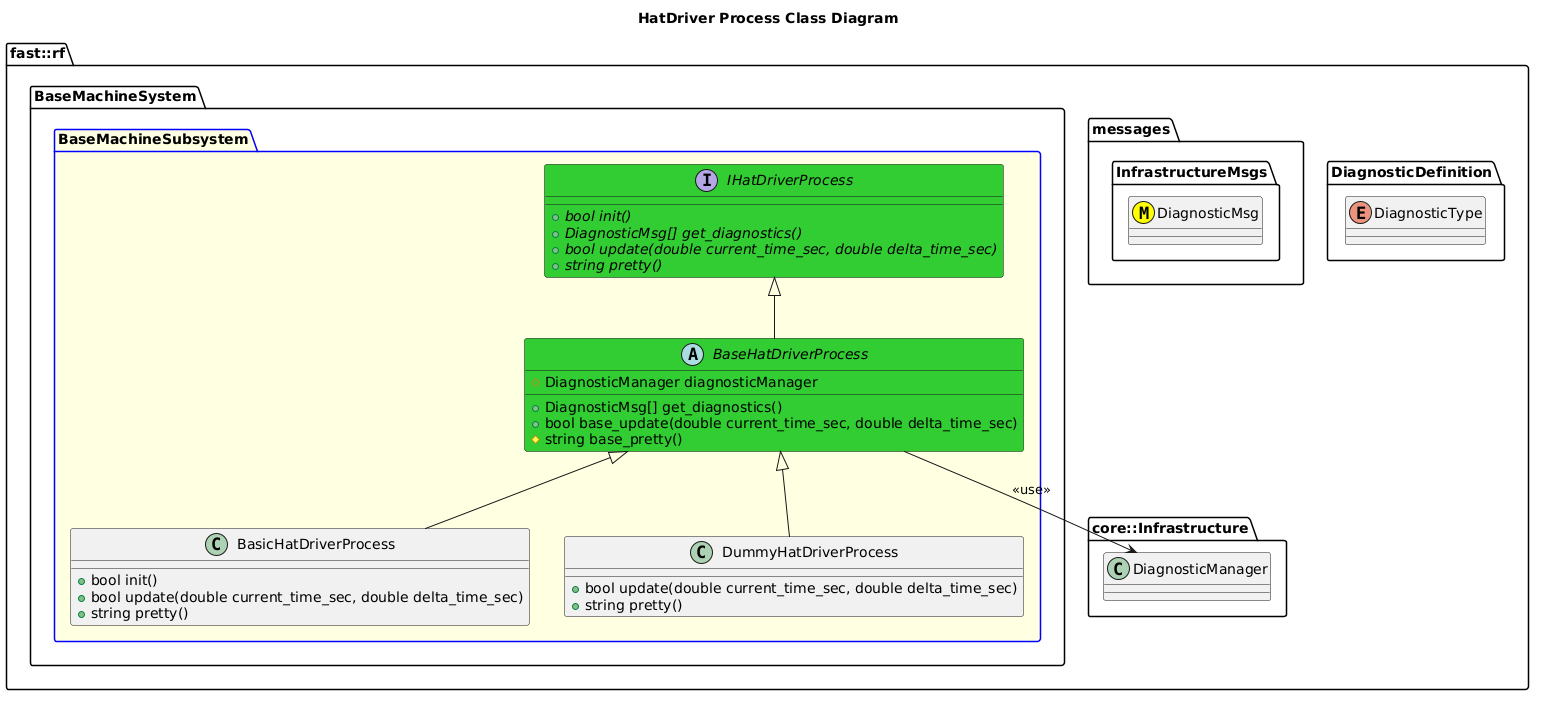
Earlier version of the PlantUML export Systems/BaseMachine/Subsystems/BaseMachine/Processes/HatDriver/doc/puml/HatDriverProcessClassDiagram.png (fastrobotics/robot_framework).
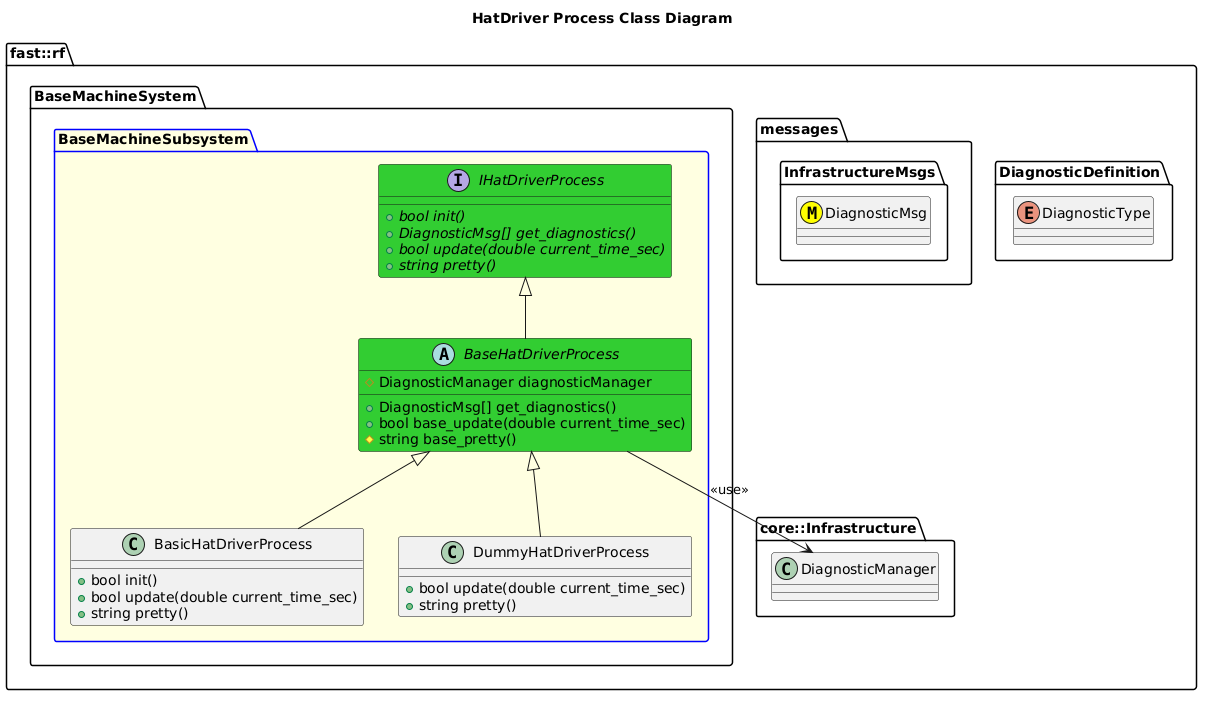
The same file after the commit.

What changed in the source:
```diff
@@ -18,12 +18,12 @@
         interface IHatDriverProcess #LimeGreen  {
           +{abstract} bool init()
           +{abstract} DiagnosticMsg[] get_diagnostics()
-          +{abstract} bool update(double current_time_sec, double delta_time_sec)
+          +{abstract} bool update(double current_time_sec)
           +{abstract} string pretty()
         }
         abstract BaseHatDriverProcess #LimeGreen {
           +DiagnosticMsg[] get_diagnostics()
-          +bool base_update(double current_time_sec, double delta_time_sec)
+          +bool base_update(double current_time_sec)
           #string base_pretty()
           #DiagnosticManager diagnosticManager
 
@@ -32,12 +32,12 @@
         BaseHatDriverProcess --> DiagnosticManager: <<use>>
         class BasicHatDriverProcess {
           +bool init()
-          +bool update(double current_time_sec, double delta_time_sec)
+          +bool update(double current_time_sec)
           +string pretty()
         }
         BasicHatDriverProcess -up-|> BaseHatDriverProcess
         class DummyHatDriverProcess {
-          +bool update(double current_time_sec, double delta_time_sec)
+          +bool update(double current_time_sec)
           +string pretty()
         }
         DummyHatDriverProcess -up-|> BaseHatDriverProcess
```
